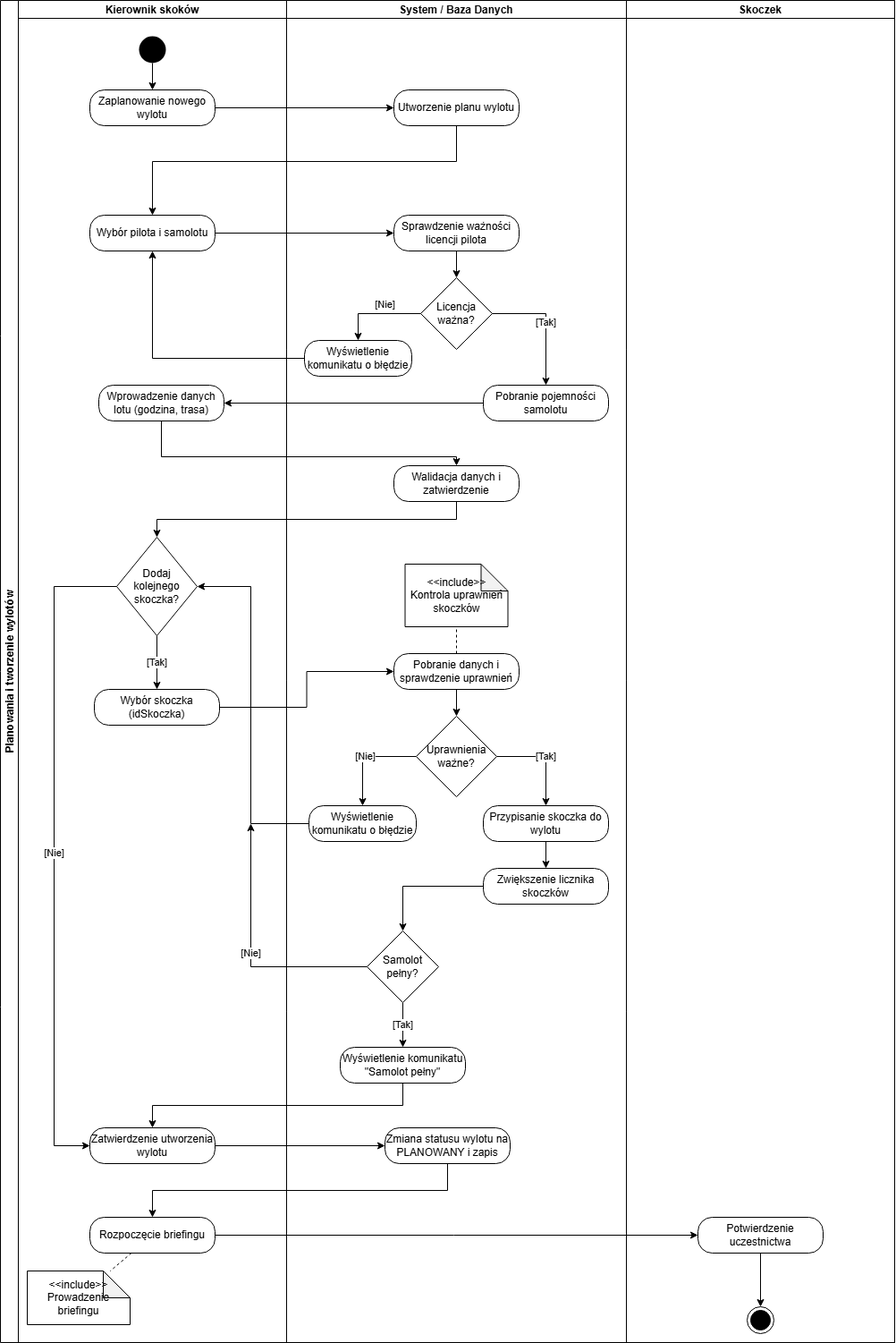
PatrykWojtkielewicz/SkySchool keeps this draw.io diagram as png-files/DiagramCzynnosciHM.png. Above is the earlier version. Source tidied: cells renumbered, new cells last; positions are measured from the earlier drawing's top-left corner, leaving out a move shared by most shapes.
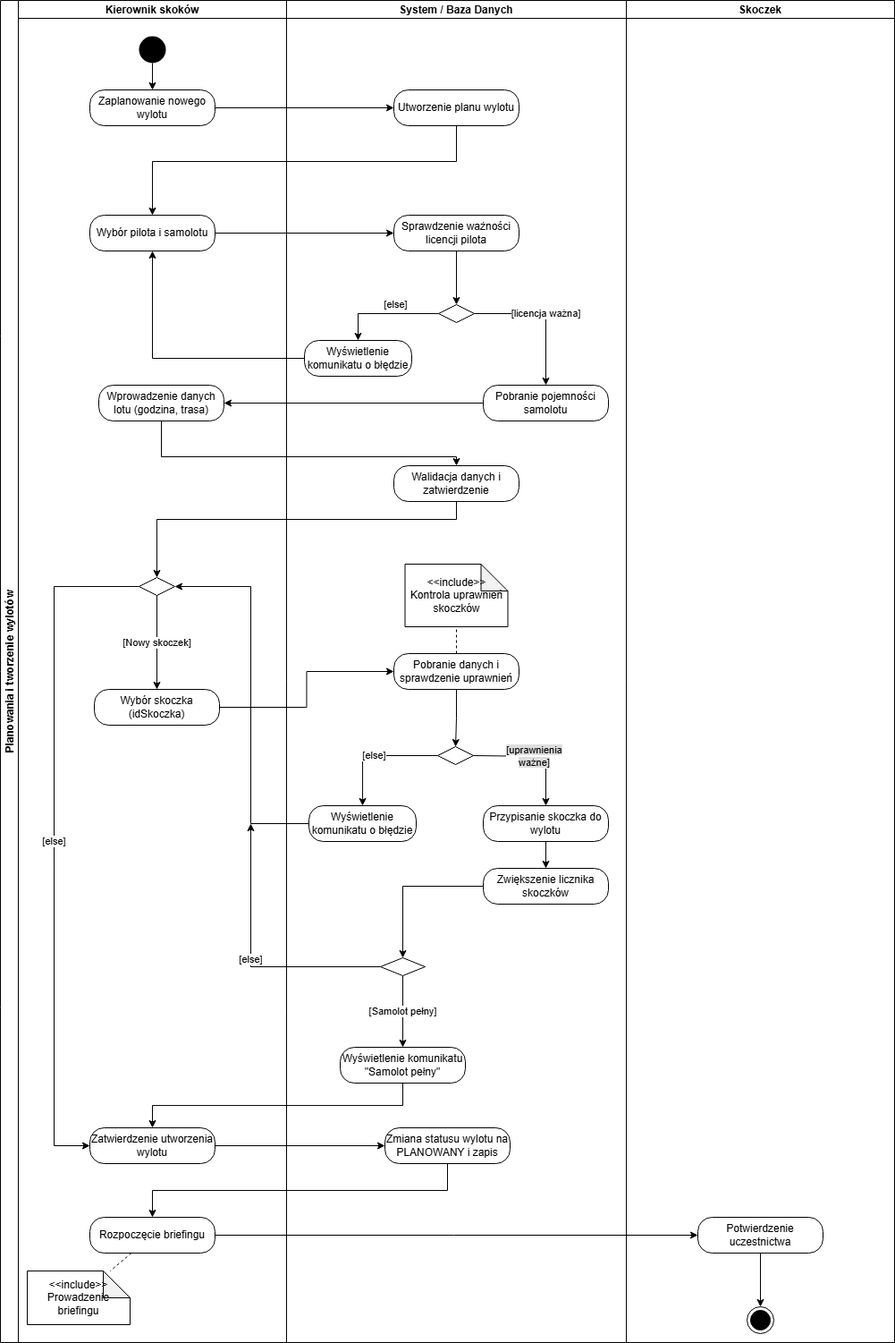
After the change.

Change to the diagram source:
```diff
@@ -23,19 +23,19 @@
     <mxCell id="8" value="Wprowadzenie danych lotu (godzina, trasa)" style="rounded=1;whiteSpace=wrap;html=1;arcSize=40;fillColor=#FFFFFF;strokeColor=#000000;" parent="3" vertex="1">
       <mxGeometry x="90" y="430" width="140" height="40" as="geometry" />
     </mxCell>
-    <mxCell id="9" value="Dodaj&lt;div&gt;kolejnego skoczka?&lt;/div&gt;" style="rhombus;whiteSpace=wrap;html=1;fillColor=#FFFFFF;strokeColor=#000000;" parent="3" vertex="1">
-      <mxGeometry x="110" y="600" width="90" height="110" as="geometry" />
+    <mxCell id="9" style="rhombus;whiteSpace=wrap;html=1;fillColor=#FFFFFF;strokeColor=#000000;" parent="3" vertex="1">
+      <mxGeometry x="135" y="645" width="40" height="20" as="geometry" />
     </mxCell>
     <mxCell id="10" value="Wybór skoczka (idSkoczka)" style="rounded=1;whiteSpace=wrap;html=1;arcSize=40;fillColor=#FFFFFF;strokeColor=#000000;" parent="3" vertex="1">
       <mxGeometry x="85" y="770" width="140" height="40" as="geometry" />
     </mxCell>
-    <mxCell id="11" value="[Tak]" style="edgeStyle=orthogonalEdgeStyle;rounded=0;jettySize=auto;html=1;" parent="3" edge="1" source="9" target="10">
+    <mxCell id="11" value="[Nowy skoczek]" style="edgeStyle=orthogonalEdgeStyle;rounded=0;jettySize=auto;html=1;" parent="3" edge="1" source="9" target="10">
       <mxGeometry relative="1" as="geometry" />
     </mxCell>
     <mxCell id="12" value="Zatwierdzenie utworzenia wylotu" style="rounded=1;whiteSpace=wrap;html=1;arcSize=40;fillColor=#FFFFFF;strokeColor=#000000;" parent="3" vertex="1">
       <mxGeometry x="80" y="1260" width="140" height="40" as="geometry" />
     </mxCell>
-    <mxCell id="13" value="[Nie]" style="edgeStyle=orthogonalEdgeStyle;rounded=0;jettySize=auto;html=1;exitX=0;exitY=0.5;exitDx=0;exitDy=0;" parent="3" edge="1" source="9" target="12">
+    <mxCell id="13" value="[else]" style="edgeStyle=orthogonalEdgeStyle;rounded=0;jettySize=auto;html=1;exitX=0;exitY=0.5;exitDx=0;exitDy=0;" parent="3" edge="1" source="9" target="12">
       <mxGeometry relative="1" as="geometry">
         <Array as="points">
           <mxPoint x="40" y="655" />
@@ -61,8 +61,8 @@
     <mxCell id="19" value="Sprawdzenie ważności licencji pilota" style="rounded=1;whiteSpace=wrap;html=1;arcSize=40;fillColor=#FFFFFF;strokeColor=#000000;" parent="17" vertex="1">
       <mxGeometry x="120" y="240" width="140" height="40" as="geometry" />
     </mxCell>
-    <mxCell id="20" value="Licencja&lt;br&gt;ważna?" style="rhombus;whiteSpace=wrap;html=1;fillColor=#FFFFFF;strokeColor=#000000;" parent="17" vertex="1">
-      <mxGeometry x="150" y="310" width="80" height="80" as="geometry" />
+    <mxCell id="20" style="rhombus;whiteSpace=wrap;html=1;fillColor=#FFFFFF;strokeColor=#000000;" parent="17" vertex="1">
+      <mxGeometry x="170" y="340" width="40" height="20" as="geometry" />
     </mxCell>
     <mxCell id="21" style="edgeStyle=orthogonalEdgeStyle;rounded=0;jettySize=auto;html=1;" parent="17" edge="1" source="19" target="20">
       <mxGeometry relative="1" as="geometry" />
@@ -70,7 +70,7 @@
     <mxCell id="22" value="Wyświetlenie komunikatu o błędzie" style="rounded=1;whiteSpace=wrap;html=1;arcSize=40;fillColor=#FFFFFF;strokeColor=#000000;" parent="17" vertex="1">
       <mxGeometry x="20" y="380" width="120" height="40" as="geometry" />
     </mxCell>
-    <mxCell id="23" value="[Nie]" style="edgeStyle=orthogonalEdgeStyle;rounded=0;jettySize=auto;html=1;exitX=0;exitY=0.5;exitDx=0;exitDy=0;" parent="17" edge="1" source="20" target="22">
+    <mxCell id="23" value="[else]" style="edgeStyle=orthogonalEdgeStyle;rounded=0;jettySize=auto;html=1;exitX=0;exitY=0.5;exitDx=0;exitDy=0;" parent="17" edge="1" source="20" target="22">
       <mxGeometry x="-0.2" y="-10" relative="1" as="geometry">
         <Array as="points">
           <mxPoint x="80" y="350" />
@@ -80,7 +80,7 @@
     <mxCell id="24" value="Pobranie pojemności samolotu" style="rounded=1;whiteSpace=wrap;html=1;arcSize=40;fillColor=#FFFFFF;strokeColor=#000000;" parent="17" vertex="1">
       <mxGeometry x="220" y="430" width="140" height="40" as="geometry" />
     </mxCell>
-    <mxCell id="25" value="[Tak]" style="edgeStyle=orthogonalEdgeStyle;rounded=0;jettySize=auto;html=1;exitX=1;exitY=0.5;exitDx=0;exitDy=0;" parent="17" edge="1" source="20" target="24">
+    <mxCell id="25" value="[licencja ważna]" style="edgeStyle=orthogonalEdgeStyle;rounded=0;jettySize=auto;html=1;exitX=1;exitY=0.5;exitDx=0;exitDy=0;" parent="17" edge="1" source="20" target="24">
       <mxGeometry relative="1" as="geometry" />
     </mxCell>
     <mxCell id="26" value="Walidacja danych i zatwierdzenie" style="rounded=1;whiteSpace=wrap;html=1;arcSize=40;fillColor=#FFFFFF;strokeColor=#000000;" parent="17" vertex="1">
@@ -95,8 +95,8 @@
     <mxCell id="29" style="endArrow=none;dashed=1;html=1;" parent="17" edge="1" source="27" target="28">
       <mxGeometry relative="1" as="geometry" />
     </mxCell>
-    <mxCell id="30" value="Uprawnienia&lt;br&gt;ważne?" style="rhombus;whiteSpace=wrap;html=1;fillColor=#FFFFFF;strokeColor=#000000;" parent="17" vertex="1">
-      <mxGeometry x="145" y="800" width="90" height="90" as="geometry" />
+    <mxCell id="30" style="rhombus;whiteSpace=wrap;html=1;fillColor=#FFFFFF;strokeColor=#000000;" parent="17" vertex="1">
+      <mxGeometry x="169" y="834" width="40" height="20" as="geometry" />
     </mxCell>
     <mxCell id="31" style="edgeStyle=orthogonalEdgeStyle;rounded=0;jettySize=auto;html=1;" parent="17" edge="1" source="27" target="30">
       <mxGeometry relative="1" as="geometry" />
@@ -104,7 +104,7 @@
     <mxCell id="32" value="Przypisanie skoczka do wylotu" style="rounded=1;whiteSpace=wrap;html=1;arcSize=40;fillColor=#FFFFFF;strokeColor=#000000;" parent="17" vertex="1">
       <mxGeometry x="220" y="900" width="140" height="40" as="geometry" />
     </mxCell>
-    <mxCell id="33" value="[Tak]" style="edgeStyle=orthogonalEdgeStyle;rounded=0;jettySize=auto;html=1;exitX=1;exitY=0.5;exitDx=0;exitDy=0;" parent="17" edge="1" source="30" target="32">
+    <mxCell id="33" value="&lt;span style=&quot;background-color: rgb(222, 222, 222);&quot;&gt;[uprawnienia&lt;/span&gt;&lt;div&gt;&lt;span style=&quot;background-color: rgb(222, 222, 222);&quot;&gt;ważne]&lt;/span&gt;&lt;/div&gt;" style="edgeStyle=orthogonalEdgeStyle;rounded=0;jettySize=auto;html=1;exitX=1;exitY=0.5;exitDx=0;exitDy=0;" parent="17" edge="1" source="30" target="32">
       <mxGeometry relative="1" as="geometry">
         <Array as="points">
           <mxPoint x="290" y="845" />
@@ -117,8 +117,8 @@
     <mxCell id="35" style="edgeStyle=orthogonalEdgeStyle;rounded=0;jettySize=auto;html=1;" parent="17" edge="1" source="32" target="34">
       <mxGeometry relative="1" as="geometry" />
     </mxCell>
-    <mxCell id="36" value="Samolot&lt;br&gt;pełny?" style="rhombus;whiteSpace=wrap;html=1;fillColor=#FFFFFF;strokeColor=#000000;" parent="17" vertex="1">
-      <mxGeometry x="90" y="1040" width="80" height="80" as="geometry" />
+    <mxCell id="36" style="rhombus;whiteSpace=wrap;html=1;fillColor=#FFFFFF;strokeColor=#000000;" parent="17" vertex="1">
+      <mxGeometry x="105" y="1070" width="50" height="20" as="geometry" />
     </mxCell>
     <mxCell id="37" style="edgeStyle=orthogonalEdgeStyle;rounded=0;jettySize=auto;html=1;entryX=0.5;entryY=0;entryDx=0;entryDy=0;exitX=0;exitY=0.5;exitDx=0;exitDy=0;" parent="17" edge="1" source="34" target="36">
       <mxGeometry relative="1" as="geometry">
@@ -130,10 +130,10 @@
     <mxCell id="38" value="Wyświetlenie komunikatu &quot;Samolot pełny&quot;" style="rounded=1;whiteSpace=wrap;html=1;arcSize=40;fillColor=#FFFFFF;strokeColor=#000000;" parent="17" vertex="1">
       <mxGeometry x="60" y="1170" width="140" height="40" as="geometry" />
     </mxCell>
-    <mxCell id="39" value="[Tak]" style="edgeStyle=orthogonalEdgeStyle;rounded=0;jettySize=auto;html=1;" parent="17" edge="1" source="36" target="38">
+    <mxCell id="39" value="[Samolot pełny]" style="edgeStyle=orthogonalEdgeStyle;rounded=0;jettySize=auto;html=1;" parent="17" edge="1" source="36" target="38">
       <mxGeometry relative="1" as="geometry" />
     </mxCell>
-    <mxCell id="40" value="[Nie]" style="edgeStyle=orthogonalEdgeStyle;rounded=0;jettySize=auto;html=1;" parent="17" edge="1" source="36">
+    <mxCell id="40" value="[else]" style="edgeStyle=orthogonalEdgeStyle;rounded=0;jettySize=auto;html=1;" parent="17" edge="1" source="36">
       <mxGeometry relative="1" as="geometry">
         <mxPoint x="-40" y="920" as="targetPoint" />
         <Array as="points">
@@ -155,7 +155,7 @@
     <mxCell id="43" value="Wyświetlenie komunikatu o błędzie" style="rounded=1;whiteSpace=wrap;html=1;arcSize=40;fillColor=#FFFFFF;strokeColor=#000000;" parent="17" vertex="1">
       <mxGeometry x="25" y="900" width="120" height="40" as="geometry" />
     </mxCell>
-    <mxCell id="44" value="[Nie]" style="edgeStyle=orthogonalEdgeStyle;rounded=0;jettySize=auto;html=1;exitX=0;exitY=0.5;exitDx=0;exitDy=0;" parent="17" edge="1" source="30" target="43">
+    <mxCell id="44" value="[else]" style="edgeStyle=orthogonalEdgeStyle;rounded=0;jettySize=auto;html=1;exitX=0;exitY=0.5;exitDx=0;exitDy=0;" parent="17" edge="1" source="30" target="43">
       <mxGeometry relative="1" as="geometry" />
     </mxCell>
     <mxCell id="45" value="Skoczek" style="swimlane;startSize=20;horizontal=1;" parent="2" vertex="1">
```
